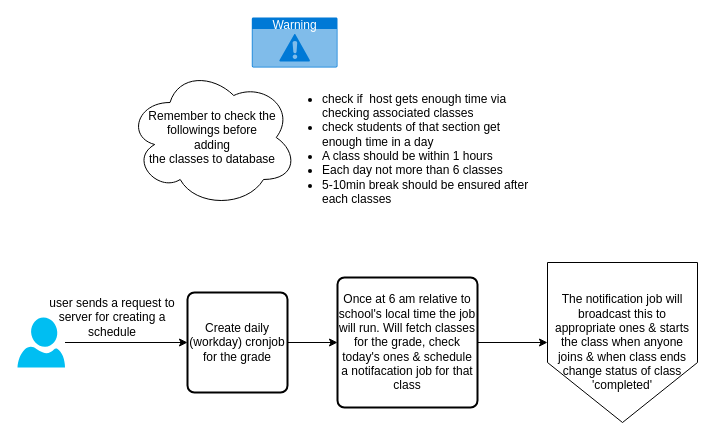
Above: packages/titumir/diagrams/class-schedule-logic.drawio in KRTirtho/schoolacious (draw.io), before the change. Source tidied: cells renumbered, new cells numbered last; positions are measured from the earlier drawing's top-left corner, leaving out a move shared by most shapes. Both pictures are drawn from the tidied source at 100%, with x=0, y=0 at pixel (17, 17).
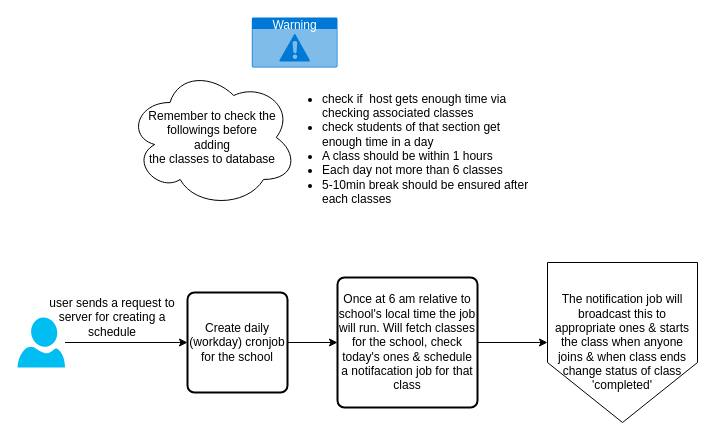
The same diagram, later.

Diff of the diagram source:
```diff
@@
 <mxGraphModel>
   <root>
     <mxCell id="0" />
     <mxCell id="1" parent="0" />
     <mxCell id="2" style="verticalLabelPosition=bottom;html=1;verticalAlign=top;align=center;strokeColor=none;fillColor=#00BEF2;shape=mxgraph.azure.user;" parent="1" vertex="1">
       <mxGeometry y="300" width="47.5" height="50" as="geometry" />
     </mxCell>
     <mxCell id="3" style="endArrow=classic;html=1;entryX=0;entryY=0.5;entryDx=0;entryDy=0;" parent="1" edge="1" source="2" target="6">
       <mxGeometry relative="1" as="geometry" />
     </mxCell>
     <mxCell id="4" value="user sends a request to server for creating a schedule" style="text;html=1;strokeColor=none;fillColor=none;align=center;verticalAlign=middle;whiteSpace=wrap;rounded=0;" parent="1" vertex="1">
       <mxGeometry x="30" y="280" width="130" height="40" as="geometry" />
     </mxCell>
     <mxCell id="5" style="edgeStyle=orthogonalEdgeStyle;rounded=0;jettySize=auto;html=1;" parent="1" edge="1" source="6" target="8">
       <mxGeometry relative="1" as="geometry" />
     </mxCell>
-    <mxCell id="6" value="Create daily (workday) cronjob for the grade" style="rounded=1;whiteSpace=wrap;html=1;absoluteArcSize=1;arcSize=14;strokeWidth=2;" parent="1" vertex="1">
+    <mxCell id="6" value="Create daily (workday) cronjob for the school" style="rounded=1;whiteSpace=wrap;html=1;absoluteArcSize=1;arcSize=14;strokeWidth=2;" parent="1" vertex="1">
       <mxGeometry x="170" y="275" width="100" height="100" as="geometry" />
     </mxCell>
     <mxCell id="7" style="edgeStyle=orthogonalEdgeStyle;rounded=0;jettySize=auto;html=1;entryX=0;entryY=0.5;entryDx=0;entryDy=0;" parent="1" edge="1" source="8" target="9">
       <mxGeometry relative="1" as="geometry" />
     </mxCell>
-    <mxCell id="8" value="Once at 6 am relative to school's local time the job will run. Will fetch classes for the grade, check today's ones &amp;amp; schedule a notifacation job for that class" style="rounded=1;whiteSpace=wrap;html=1;absoluteArcSize=1;arcSize=14;strokeWidth=2;" parent="1" vertex="1">
+    <mxCell id="8" value="Once at 6 am relative to school's local time the job will run. Will fetch classes for the school, check today's ones &amp;amp; schedule a notifacation job for that class" style="rounded=1;whiteSpace=wrap;html=1;absoluteArcSize=1;arcSize=14;strokeWidth=2;" parent="1" vertex="1">
       <mxGeometry x="320" y="260" width="140" height="130" as="geometry" />
     </mxCell>
     <mxCell id="9" value="&lt;span&gt;The notification job will broadcast this to appropriate ones &amp;amp; starts the class when anyone joins &amp;amp; when class ends change status of class 'completed'&lt;/span&gt;" style="shape=offPageConnector;whiteSpace=wrap;html=1;" parent="1" vertex="1">
       <mxGeometry x="530" y="245" width="150" height="160" as="geometry" />
     </mxCell>
     <mxCell id="10" value="Remember to check the followings before &lt;br&gt;adding &lt;br&gt;the classes to database" style="ellipse;shape=cloud;whiteSpace=wrap;html=1;padding=10;" parent="1" vertex="1">
       <mxGeometry x="110" y="50" width="170" height="140" as="geometry" />
     </mxCell>
     <mxCell id="11" value="&lt;ul&gt;&lt;li&gt;check if&amp;nbsp; host gets enough time via checking associated classes&lt;/li&gt;&lt;li&gt;check students of that section get enough time in a day&lt;/li&gt;&lt;li&gt;A class should be within 1 hours&lt;/li&gt;&lt;li&gt;Each day not more than 6 classes&lt;/li&gt;&lt;li&gt;5-10min break should be ensured after each classes&lt;/li&gt;&lt;/ul&gt;" style="text;strokeColor=none;fillColor=none;html=1;whiteSpace=wrap;verticalAlign=middle;overflow=hidden;" parent="1" vertex="1">
       <mxGeometry x="262.5" y="60" width="255" height="140" as="geometry" />
     </mxCell>
     <mxCell id="12" value="Warning" style="html=1;strokeColor=none;fillColor=#0079D6;labelPosition=center;verticalLabelPosition=middle;verticalAlign=top;align=center;fontSize=12;spacingTop=-6;fontColor=#FFFFFF;shape=mxgraph.sitemap.warning;" parent="1" vertex="1">
       <mxGeometry x="234.3" width="85.7" height="50" as="geometry" />
     </mxCell>
   </root>
 </mxGraphModel>
```
